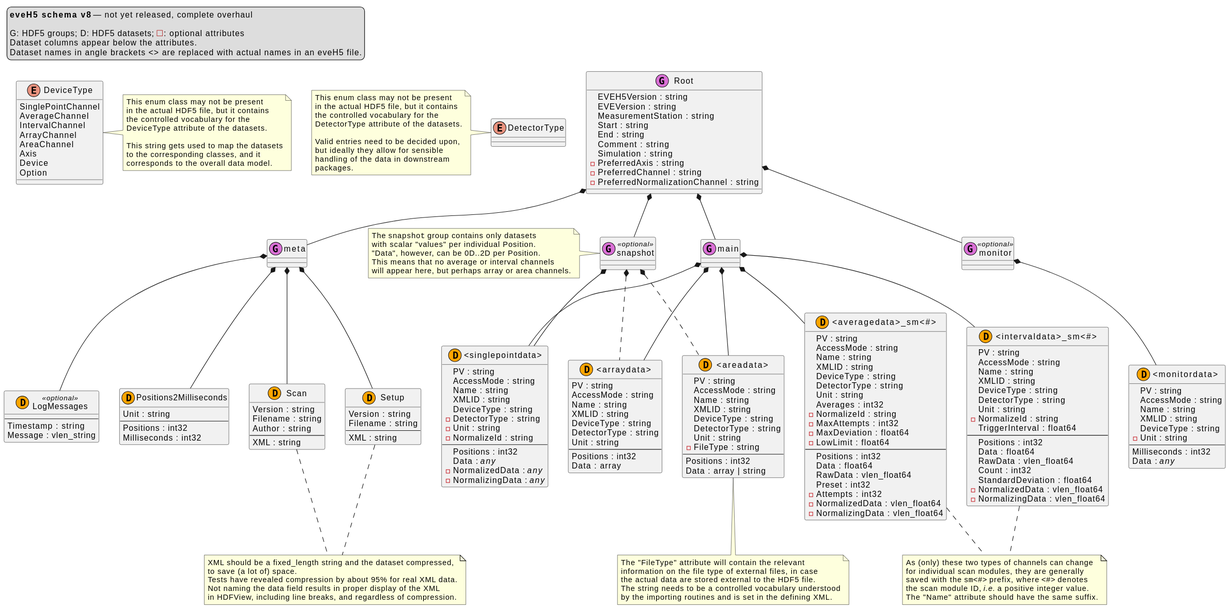
Earlier version of the PlantUML export docs/uml/eveh5-v8.svg (tillbiskup/evedata).
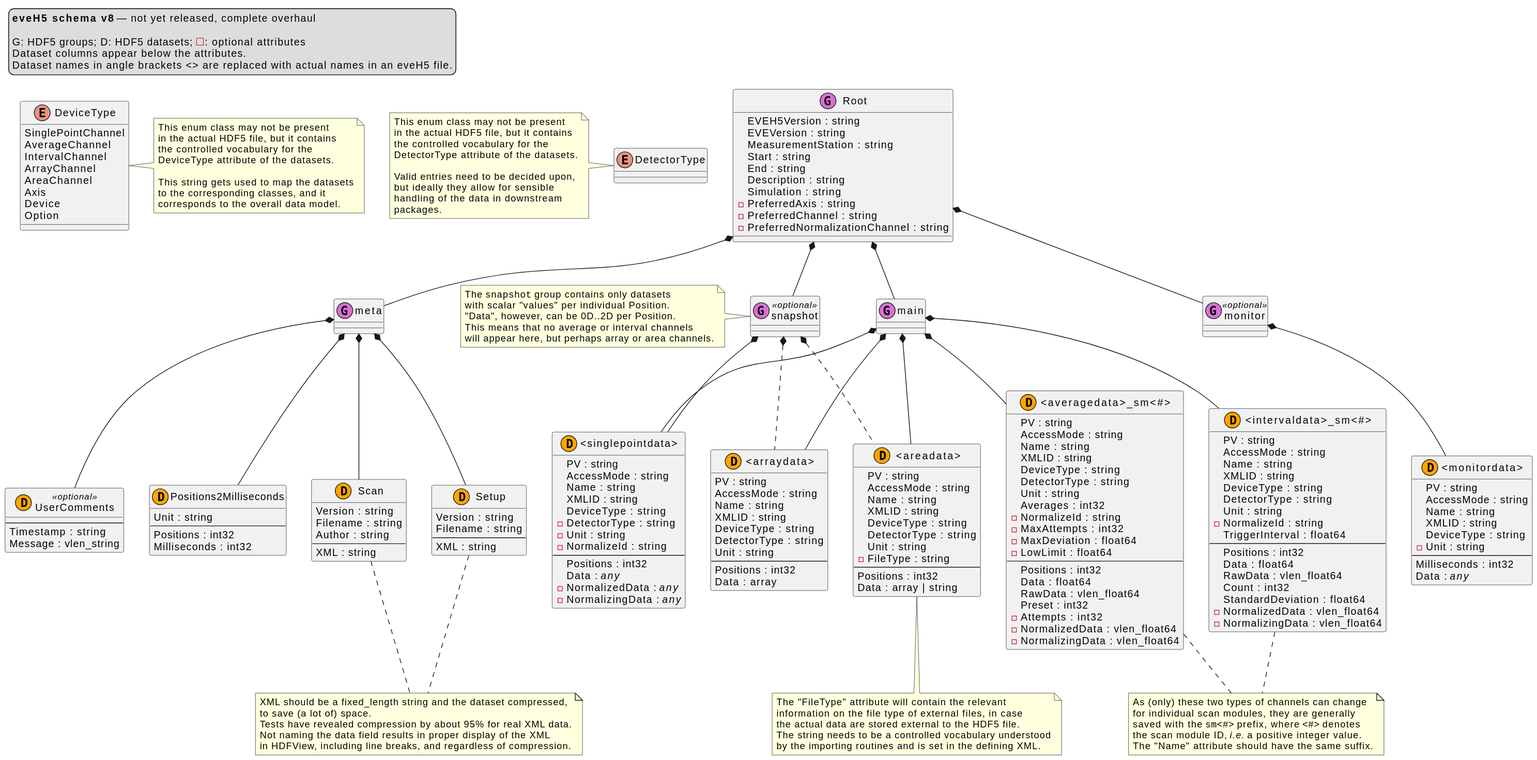
Above is the later version.

Change to the diagram source:
```diff
@@ -14,7 +14,7 @@
     MeasurementStation : string
     Start : string
     End : string
-    Comment : string
+    Description : string
     Simulation : string
     - PreferredAxis : string
     - PreferredChannel : string
@@ -87,7 +87,7 @@
 meta *-- Positions2Milliseconds
 meta *-- Scan
 meta *-- Setup
-meta *-- LogMessages
+meta *-- UserComments
 
 class "<singlepointdata>" << (D,orange) >> {
     PV : string
@@ -222,7 +222,7 @@
     Milliseconds : int32
 }
 
-class LogMessages << (D,orange) >> <<optional>> {
+class UserComments << (D,orange) >> <<optional>> {
     --
     Timestamp : string
     Message : vlen_string
```
